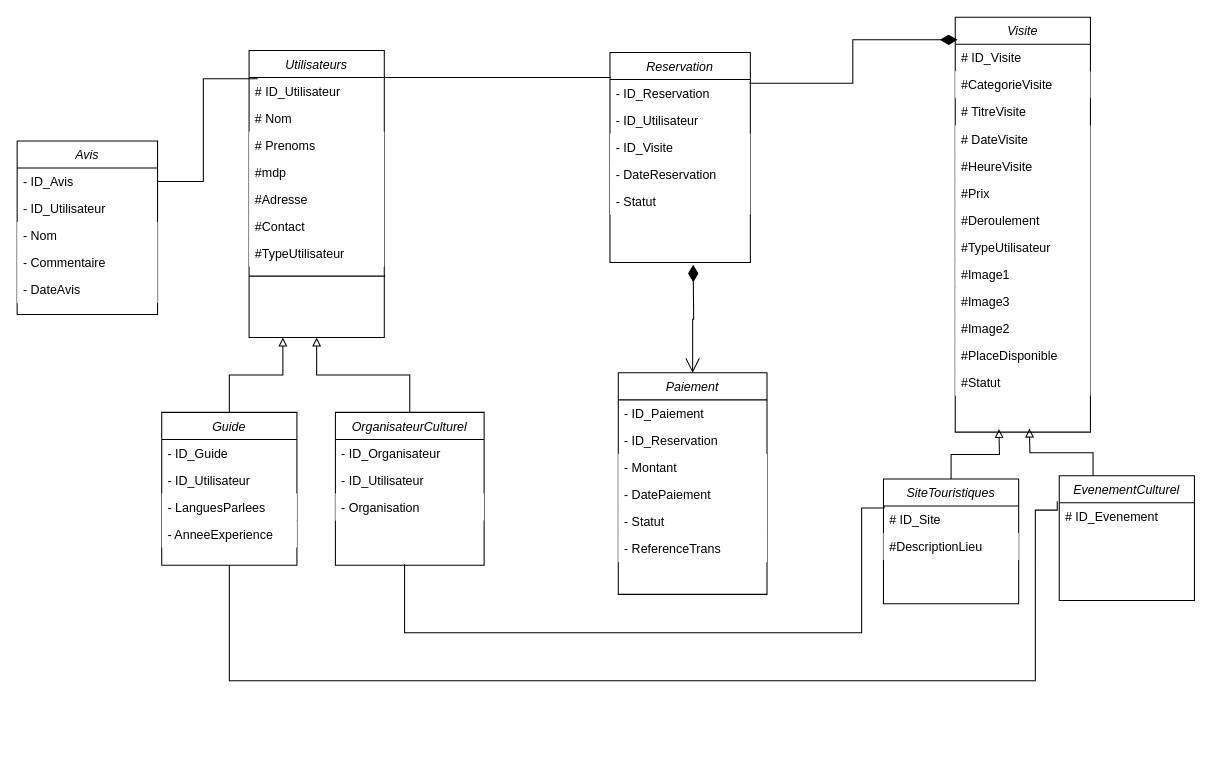
This is diagramme classe.drawio from louis-fresnel99/TpGasaL1, a draw.io file, before an edit. Source tidied: cells renumbered, new cells numbered last; positions are measured from the earlier drawing's top-left corner, leaving out a move shared by most shapes. Both pictures are drawn from the tidied source at 104%, with x=0, y=0 at pixel (17, 17).
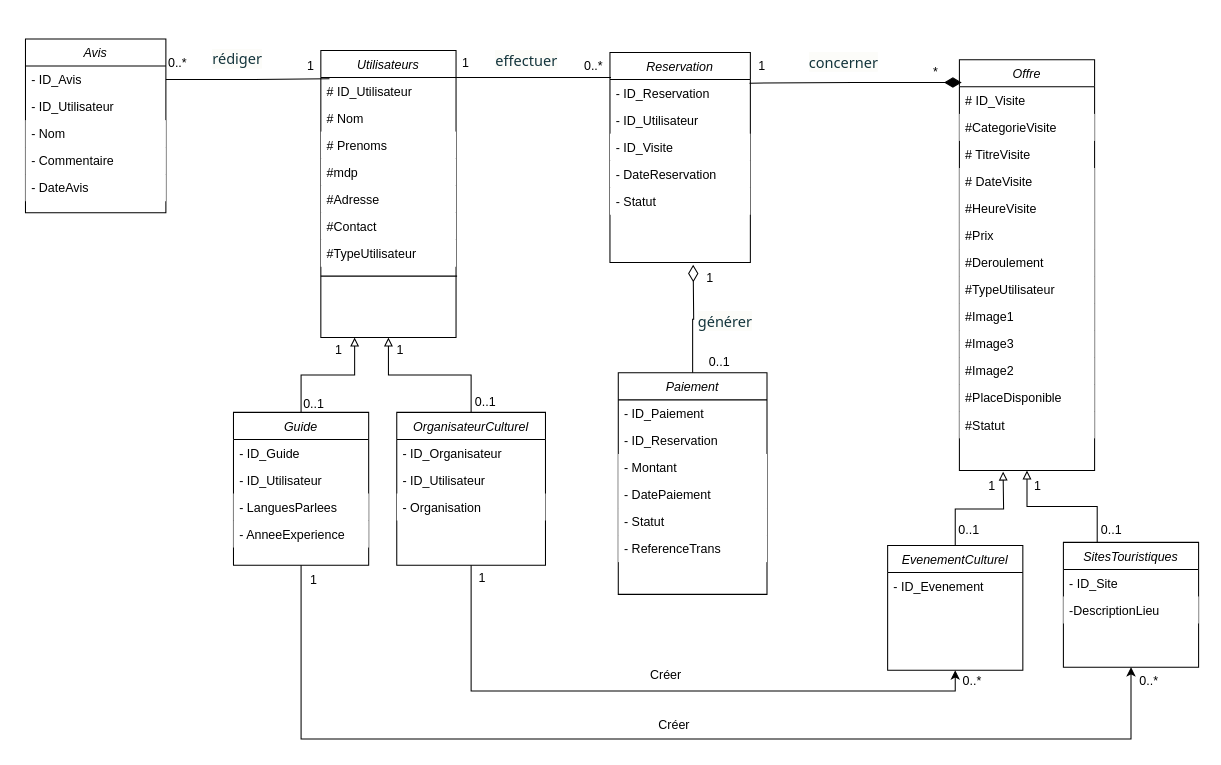
The same page after the edit.

Commit message:
Mettre à jour diagramme classe.drawio

The change refers to these unchanged cells:
```xml
<mxCell id="35" value="Paiement" style="swimlane;fontStyle=2;align=center;verticalAlign=top;horizontal=1;startSize=26;rounded=0;shadow=0;strokeWidth=1;" parent="1" vertex="1">
  <mxGeometry x="578" y="342" width="143" height="213" as="geometry" />
</mxCell>
```

Change to the diagram source:
```diff
@@
     <mxCell id="2" value="Utilisateurs" style="swimlane;fontStyle=2;align=center;verticalAlign=top;horizontal=1;startSize=26;rounded=0;shadow=0;strokeWidth=1;" parent="1" vertex="1">
-      <mxGeometry x="223" y="32" width="130" height="276" as="geometry" />
+      <mxGeometry x="292" y="32" width="130" height="276" as="geometry" />
     </mxCell>
@@
     <mxCell id="10" style="line;strokeWidth=1;fillColor=none;align=left;verticalAlign=middle;spacingTop=-1;spacingLeft=3;spacingRight=3;labelPosition=right;strokeColor=inherit;" parent="1" vertex="1">
-      <mxGeometry x="223" y="245" width="131" height="8" as="geometry" />
+      <mxGeometry x="292" y="245" width="131" height="8" as="geometry" />
     </mxCell>
@@
-    <mxCell id="12" style="edgeStyle=orthogonalEdgeStyle;rounded=0;jettySize=auto;html=1;entryX=-0.015;entryY=-0.065;entryDx=0;entryDy=0;entryPerimeter=0;endArrow=none;startFill=0;" parent="1" edge="1" source="13" target="50">
-      <mxGeometry relative="1" as="geometry">
-        <Array as="points">
-          <mxPoint x="204" y="638" />
-          <mxPoint x="979" y="638" />
-          <mxPoint x="979" y="474" />
-          <mxPoint x="1000" y="474" />
-        </Array>
-      </mxGeometry>
-    </mxCell>
+    <mxCell id="70" style="edgeStyle=orthogonalEdgeStyle;rounded=0;jettySize=auto;html=1;entryX=0.5;entryY=1;entryDx=0;entryDy=0;" parent="1" edge="1" source="13" target="49">
+      <mxGeometry relative="1" as="geometry">
+        <Array as="points">
+          <mxPoint x="273" y="694" />
+          <mxPoint x="1071" y="694" />
+        </Array>
+      </mxGeometry>
+    </mxCell>
     <mxCell id="13" value="Guide" style="swimlane;fontStyle=2;align=center;verticalAlign=top;horizontal=1;startSize=26;rounded=0;shadow=0;strokeWidth=1;" parent="1" vertex="1">
-      <mxGeometry x="139" y="380" width="130" height="147" as="geometry" />
+      <mxGeometry x="208" y="380" width="130" height="147" as="geometry" />
     </mxCell>
@@
-    <mxCell id="18" style="edgeStyle=orthogonalEdgeStyle;rounded=0;jettySize=auto;html=1;entryX=0.5;entryY=1;entryDx=0;entryDy=0;endArrow=block;endFill=0;" parent="1" edge="1" source="19" target="2">
+    <mxCell id="18" style="edgeStyle=orthogonalEdgeStyle;rounded=0;jettySize=auto;html=1;entryX=0.5;entryY=1;entryDx=0;entryDy=0;endArrow=block;endFill=0;exitX=0.5;exitY=0;exitDx=0;exitDy=0;" parent="1" edge="1" source="19" target="2">
       <mxGeometry relative="1" as="geometry" />
     </mxCell>
+    <mxCell id="71" style="edgeStyle=orthogonalEdgeStyle;rounded=0;jettySize=auto;html=1;entryX=0.5;entryY=1;entryDx=0;entryDy=0;" parent="1" edge="1" source="19" target="44">
+      <mxGeometry relative="1" as="geometry">
+        <Array as="points">
+          <mxPoint x="436" y="648" />
+          <mxPoint x="902" y="648" />
+        </Array>
+      </mxGeometry>
+    </mxCell>
     <mxCell id="19" value="OrganisateurCulturel" style="swimlane;fontStyle=2;align=center;verticalAlign=top;horizontal=1;startSize=26;rounded=0;shadow=0;strokeWidth=1;" parent="1" vertex="1">
-      <mxGeometry x="306" y="380" width="143" height="147" as="geometry" />
+      <mxGeometry x="365" y="380" width="143" height="147" as="geometry" />
     </mxCell>
@@
     <mxCell id="29" value="Avis" style="swimlane;fontStyle=2;align=center;verticalAlign=top;horizontal=1;startSize=26;rounded=0;shadow=0;strokeWidth=1;" parent="1" vertex="1">
-      <mxGeometry y="119" width="135" height="167" as="geometry" />
+      <mxGeometry x="8" y="21" width="135" height="167" as="geometry" />
     </mxCell>
@@
     <mxCell id="42" style="group;" parent="1" vertex="1">
-      <mxGeometry x="833" width="303" height="564" as="geometry" />
+      <mxGeometry x="837" y="41" width="303" height="564" as="geometry" />
     </mxCell>
@@
-    <mxCell id="44" value="SiteTouristiques" style="swimlane;fontStyle=2;align=center;verticalAlign=top;horizontal=1;startSize=26;rounded=0;shadow=0;strokeWidth=1;" parent="42" vertex="1">
-      <mxGeometry y="444" width="130" height="120" as="geometry" />
+    <mxCell id="44" value="EvenementCulturel" style="swimlane;fontStyle=2;align=center;verticalAlign=top;horizontal=1;startSize=26;rounded=0;shadow=0;strokeWidth=1;" parent="42" vertex="1">
+      <mxGeometry y="467" width="130" height="120" as="geometry" />
     </mxCell>
+    <mxCell id="50" value="- ID_Evenement" style="text;align=left;verticalAlign=top;spacingLeft=4;spacingRight=4;overflow=hidden;points=[[0,0.5],[1,0.5]];portConstraint=eastwest;" parent="44" vertex="1">
+      <mxGeometry y="26" width="130" height="22.3" as="geometry" />
+    </mxCell>
+    <mxCell id="47" style="group;" parent="42" vertex="1">
+      <mxGeometry x="173" y="452" width="130" height="120" as="geometry" />
+    </mxCell>
+    <mxCell id="49" value="SitesTouristiques" style="swimlane;fontStyle=2;align=center;verticalAlign=top;horizontal=1;startSize=26;rounded=0;shadow=0;strokeWidth=1;" parent="47" vertex="1">
+      <mxGeometry x="-4" y="12" width="130" height="120" as="geometry" />
+    </mxCell>
-    <mxCell id="45" value="# ID_Site" style="text;align=left;verticalAlign=top;spacingLeft=4;spacingRight=4;overflow=hidden;" parent="44" vertex="1">
+    <mxCell id="45" value="- ID_Site" style="text;align=left;verticalAlign=top;spacingLeft=4;spacingRight=4;overflow=hidden;" parent="49" vertex="1">
       <mxGeometry y="26" width="130" height="26" as="geometry" />
     </mxCell>
-    <mxCell id="46" value="#DescriptionLieu" style="text;align=left;verticalAlign=top;spacingLeft=4;spacingRight=4;overflow=hidden;rounded=0;shadow=0;html=0;fillColor=default;textShadow=0;fontColor=default;" parent="44" vertex="1">
+    <mxCell id="46" value="-DescriptionLieu" style="text;align=left;verticalAlign=top;spacingLeft=4;spacingRight=4;overflow=hidden;rounded=0;shadow=0;html=0;fillColor=default;textShadow=0;fontColor=default;" parent="49" vertex="1">
       <mxGeometry y="52" width="130" height="26" as="geometry" />
     </mxCell>
-    <mxCell id="47" style="group;" parent="42" vertex="1">
-      <mxGeometry x="173" y="429" width="130" height="120" as="geometry" />
-    </mxCell>
-    <mxCell id="48" style="edgeStyle=orthogonalEdgeStyle;rounded=0;jettySize=auto;html=1;exitX=0.25;exitY=0;exitDx=0;exitDy=0;endArrow=block;endFill=0;" parent="47" edge="1" source="49">
-      <mxGeometry relative="1" as="geometry">
-        <mxPoint x="-32.7" y="-33.4" as="targetPoint" />
-      </mxGeometry>
-    </mxCell>
-    <mxCell id="49" value="EvenementCulturel" style="swimlane;fontStyle=2;align=center;verticalAlign=top;horizontal=1;startSize=26;rounded=0;shadow=0;strokeWidth=1;" parent="47" vertex="1">
-      <mxGeometry x="-4" y="12" width="130" height="120" as="geometry" />
-    </mxCell>
-    <mxCell id="50" value="# ID_Evenement" style="text;align=left;verticalAlign=top;spacingLeft=4;spacingRight=4;overflow=hidden;points=[[0,0.5],[1,0.5]];portConstraint=eastwest;" parent="49" vertex="1">
-      <mxGeometry y="26" width="130" height="22.3" as="geometry" />
-    </mxCell>
+    <mxCell id="72" value="0..1" style="text;html=1;align=center;verticalAlign=middle;whiteSpace=wrap;rounded=0;" parent="47" vertex="1">
+      <mxGeometry x="33" y="-15" width="19" height="30" as="geometry" />
+    </mxCell>
-    <mxCell id="51" value="Visite" style="swimlane;fontStyle=2;align=center;verticalAlign=top;horizontal=1;startSize=26;rounded=0;shadow=0;strokeWidth=1;" parent="42" vertex="1">
-      <mxGeometry x="69" width="130" height="399" as="geometry" />
+    <mxCell id="51" value="Offre" style="swimlane;fontStyle=2;align=center;verticalAlign=top;horizontal=1;startSize=26;rounded=0;shadow=0;strokeWidth=1;" parent="42" vertex="1">
+      <mxGeometry x="69" width="130" height="395" as="geometry" />
     </mxCell>
@@
+    <mxCell id="73" value="*" style="text;html=1;align=center;verticalAlign=middle;whiteSpace=wrap;rounded=0;" parent="42" vertex="1">
+      <mxGeometry x="37" y="-3" width="19" height="30" as="geometry" />
+    </mxCell>
+    <mxCell id="48" style="edgeStyle=orthogonalEdgeStyle;rounded=0;jettySize=auto;html=1;exitX=0.25;exitY=0;exitDx=0;exitDy=0;endArrow=block;endFill=0;entryX=0.5;entryY=1;entryDx=0;entryDy=0;" parent="42" edge="1" source="49" target="51">
+      <mxGeometry relative="1" as="geometry" />
+    </mxCell>
+    <mxCell id="74" value="0..1" style="text;html=1;align=center;verticalAlign=middle;whiteSpace=wrap;rounded=0;" parent="42" vertex="1">
+      <mxGeometry x="69" y="437" width="19" height="30" as="geometry" />
+    </mxCell>
+    <mxCell id="75" value="1" style="text;html=1;align=center;verticalAlign=middle;whiteSpace=wrap;rounded=0;" parent="42" vertex="1">
+      <mxGeometry x="91" y="395" width="19" height="30" as="geometry" />
+    </mxCell>
+    <mxCell id="76" value="1" style="text;html=1;align=center;verticalAlign=middle;whiteSpace=wrap;rounded=0;" parent="42" vertex="1">
+      <mxGeometry x="135" y="395" width="19" height="30" as="geometry" />
+    </mxCell>
@@
-    <mxCell id="66" style="endArrow=open;html=1;endSize=12;startArrow=diamondThin;startSize=14;startFill=1;edgeStyle=orthogonalEdgeStyle;align=left;verticalAlign=bottom;rounded=0;entryX=0.5;entryY=0;entryDx=0;entryDy=0;" parent="1" edge="1" target="35">
+    <mxCell id="66" style="endArrow=none;html=1;endSize=12;startArrow=diamondThin;startSize=14;startFill=0;edgeStyle=orthogonalEdgeStyle;align=left;verticalAlign=bottom;rounded=0;entryX=0.5;entryY=0;entryDx=0;entryDy=0;" parent="1" edge="1" target="35">
       <mxGeometry x="-1" y="3" relative="1" as="geometry">
         <mxPoint x="650" y="238" as="sourcePoint" />
       </mxGeometry>
     </mxCell>
-    <mxCell id="67" style="edgeStyle=orthogonalEdgeStyle;rounded=0;orthogonalLoop=1;jettySize=auto;html=1;entryX=0.043;entryY=0.029;entryDx=0;entryDy=0;entryPerimeter=0;endArrow=none;startFill=0;" parent="1" edge="1">
-      <mxGeometry relative="1" as="geometry">
-        <mxPoint x="372.5" y="526" as="sourcePoint" />
-        <mxPoint x="833.6" y="469.8" as="targetPoint" />
-        <Array as="points">
-          <mxPoint x="373" y="592" />
-          <mxPoint x="812" y="592" />
-          <mxPoint x="812" y="472" />
-          <mxPoint x="834" y="472" />
-        </Array>
-      </mxGeometry>
-    </mxCell>
@@
+    <mxCell id="77" value="1" style="text;html=1;align=center;verticalAlign=middle;whiteSpace=wrap;rounded=0;" parent="1" vertex="1">
+      <mxGeometry x="273" y="32" width="19" height="30" as="geometry" />
+    </mxCell>
+    <mxCell id="78" value="0..*" style="text;html=1;align=center;verticalAlign=middle;whiteSpace=wrap;rounded=0;" parent="1" vertex="1">
+      <mxGeometry x="145" y="29" width="19" height="30" as="geometry" />
+    </mxCell>
+    <mxCell id="79" value="1" style="text;html=1;align=center;verticalAlign=middle;whiteSpace=wrap;rounded=0;" parent="1" vertex="1">
+      <mxGeometry x="422" y="29" width="19" height="30" as="geometry" />
+    </mxCell>
+    <mxCell id="80" value="0..*" style="text;html=1;align=center;verticalAlign=middle;whiteSpace=wrap;rounded=0;" parent="1" vertex="1">
+      <mxGeometry x="545" y="32" width="19" height="30" as="geometry" />
+    </mxCell>
+    <mxCell id="81" value="1" style="text;html=1;align=center;verticalAlign=middle;whiteSpace=wrap;rounded=0;" parent="1" vertex="1">
+      <mxGeometry x="707" y="32" width="19" height="30" as="geometry" />
+    </mxCell>
+    <mxCell id="82" value="1" style="text;html=1;align=center;verticalAlign=middle;whiteSpace=wrap;rounded=0;" parent="1" vertex="1">
+      <mxGeometry x="657" y="236" width="19" height="30" as="geometry" />
+    </mxCell>
+    <mxCell id="83" value="0..1" style="text;html=1;align=center;verticalAlign=middle;whiteSpace=wrap;rounded=0;" parent="1" vertex="1">
+      <mxGeometry x="666" y="317" width="19" height="30" as="geometry" />
+    </mxCell>
+    <mxCell id="84" value="&lt;span style=&quot;color: oklch(0.304 0.04 213.681); font-family: fkGroteskNeue, &amp;quot;fkGroteskNeue Fallback&amp;quot;, ui-sans-serif, system-ui, -apple-system, BlinkMacSystemFont, &amp;quot;Segoe UI&amp;quot;, Roboto, &amp;quot;Helvetica Neue&amp;quot;, Arial, &amp;quot;Noto Sans&amp;quot;, sans-serif, &amp;quot;Apple Color Emoji&amp;quot;, &amp;quot;Segoe UI Emoji&amp;quot;, &amp;quot;Segoe UI Symbol&amp;quot;, &amp;quot;Noto Color Emoji&amp;quot;; font-size: 14px; text-align: start; background-color: oklch(0.99 0.004 106.471);&quot;&gt;rédiger&lt;/span&gt;" style="text;html=1;align=center;verticalAlign=middle;whiteSpace=wrap;rounded=0;" parent="1" vertex="1">
+      <mxGeometry x="182" y="26" width="60" height="30" as="geometry" />
+    </mxCell>
+    <mxCell id="85" value="0..*" style="text;html=1;align=center;verticalAlign=middle;whiteSpace=wrap;rounded=0;" parent="1" vertex="1">
+      <mxGeometry x="1079" y="624" width="19" height="30" as="geometry" />
+    </mxCell>
+    <mxCell id="86" value="1" style="text;html=1;align=center;verticalAlign=middle;whiteSpace=wrap;rounded=0;" parent="1" vertex="1">
+      <mxGeometry x="276" y="527" width="19" height="30" as="geometry" />
+    </mxCell>
+    <mxCell id="87" value="0..*" style="text;html=1;align=center;verticalAlign=middle;whiteSpace=wrap;rounded=0;" parent="1" vertex="1">
+      <mxGeometry x="909" y="624" width="19" height="30" as="geometry" />
+    </mxCell>
+    <mxCell id="88" value="1" style="text;html=1;align=center;verticalAlign=middle;whiteSpace=wrap;rounded=0;" parent="1" vertex="1">
+      <mxGeometry x="438" y="525" width="19" height="30" as="geometry" />
+    </mxCell>
+    <mxCell id="89" value="Créer" style="text;html=1;align=center;verticalAlign=middle;whiteSpace=wrap;rounded=0;" parent="1" vertex="1">
+      <mxGeometry x="594" y="618" width="60" height="30" as="geometry" />
+    </mxCell>
+    <mxCell id="90" value="Créer" style="text;html=1;align=center;verticalAlign=middle;whiteSpace=wrap;rounded=0;" parent="1" vertex="1">
+      <mxGeometry x="602" y="670" width="60" height="22" as="geometry" />
+    </mxCell>
+    <mxCell id="91" value="0..1" style="text;html=1;align=center;verticalAlign=middle;whiteSpace=wrap;rounded=0;" parent="1" vertex="1">
+      <mxGeometry x="276" y="357" width="19" height="30" as="geometry" />
+    </mxCell>
+    <mxCell id="92" value="0..1" style="text;html=1;align=center;verticalAlign=middle;whiteSpace=wrap;rounded=0;" parent="1" vertex="1">
+      <mxGeometry x="441" y="355" width="19" height="30" as="geometry" />
+    </mxCell>
+    <mxCell id="93" value="1" style="text;html=1;align=center;verticalAlign=middle;whiteSpace=wrap;rounded=0;" parent="1" vertex="1">
+      <mxGeometry x="300" y="305" width="19" height="30" as="geometry" />
+    </mxCell>
+    <mxCell id="94" value="1" style="text;html=1;align=center;verticalAlign=middle;whiteSpace=wrap;rounded=0;" parent="1" vertex="1">
+      <mxGeometry x="359" y="305" width="19" height="30" as="geometry" />
+    </mxCell>
+    <mxCell id="95" value="&lt;span style=&quot;color: oklch(0.304 0.04 213.681); font-family: fkGroteskNeue, &amp;quot;fkGroteskNeue Fallback&amp;quot;, ui-sans-serif, system-ui, -apple-system, BlinkMacSystemFont, &amp;quot;Segoe UI&amp;quot;, Roboto, &amp;quot;Helvetica Neue&amp;quot;, Arial, &amp;quot;Noto Sans&amp;quot;, sans-serif, &amp;quot;Apple Color Emoji&amp;quot;, &amp;quot;Segoe UI Emoji&amp;quot;, &amp;quot;Segoe UI Symbol&amp;quot;, &amp;quot;Noto Color Emoji&amp;quot;; font-size: 14px; text-align: start; background-color: oklch(0.99 0.004 106.471);&quot;&gt;effectuer&lt;/span&gt;" style="text;html=1;align=center;verticalAlign=middle;whiteSpace=wrap;rounded=0;" parent="1" vertex="1">
+      <mxGeometry x="460" y="27" width="60" height="30" as="geometry" />
+    </mxCell>
+    <mxCell id="96" value="&lt;span style=&quot;color: oklch(0.304 0.04 213.681); font-family: fkGroteskNeue, &amp;quot;fkGroteskNeue Fallback&amp;quot;, ui-sans-serif, system-ui, -apple-system, BlinkMacSystemFont, &amp;quot;Segoe UI&amp;quot;, Roboto, &amp;quot;Helvetica Neue&amp;quot;, Arial, &amp;quot;Noto Sans&amp;quot;, sans-serif, &amp;quot;Apple Color Emoji&amp;quot;, &amp;quot;Segoe UI Emoji&amp;quot;, &amp;quot;Segoe UI Symbol&amp;quot;, &amp;quot;Noto Color Emoji&amp;quot;; font-size: 14px; text-align: start; background-color: oklch(0.99 0.004 106.471);&quot;&gt;générer&lt;/span&gt;" style="text;html=1;align=center;verticalAlign=middle;whiteSpace=wrap;rounded=0;" parent="1" vertex="1">
+      <mxGeometry x="651" y="278" width="60" height="30" as="geometry" />
+    </mxCell>
+    <mxCell id="97" value="&lt;span style=&quot;color: oklch(0.304 0.04 213.681); font-family: fkGroteskNeue, &amp;quot;fkGroteskNeue Fallback&amp;quot;, ui-sans-serif, system-ui, -apple-system, BlinkMacSystemFont, &amp;quot;Segoe UI&amp;quot;, Roboto, &amp;quot;Helvetica Neue&amp;quot;, Arial, &amp;quot;Noto Sans&amp;quot;, sans-serif, &amp;quot;Apple Color Emoji&amp;quot;, &amp;quot;Segoe UI Emoji&amp;quot;, &amp;quot;Segoe UI Symbol&amp;quot;, &amp;quot;Noto Color Emoji&amp;quot;; font-size: 14px; text-align: start; background-color: oklch(0.99 0.004 106.471);&quot;&gt;concerner&lt;/span&gt;" style="text;html=1;align=center;verticalAlign=middle;whiteSpace=wrap;rounded=0;" parent="1" vertex="1">
+      <mxGeometry x="765" y="29" width="60" height="30" as="geometry" />
+    </mxCell>
```
